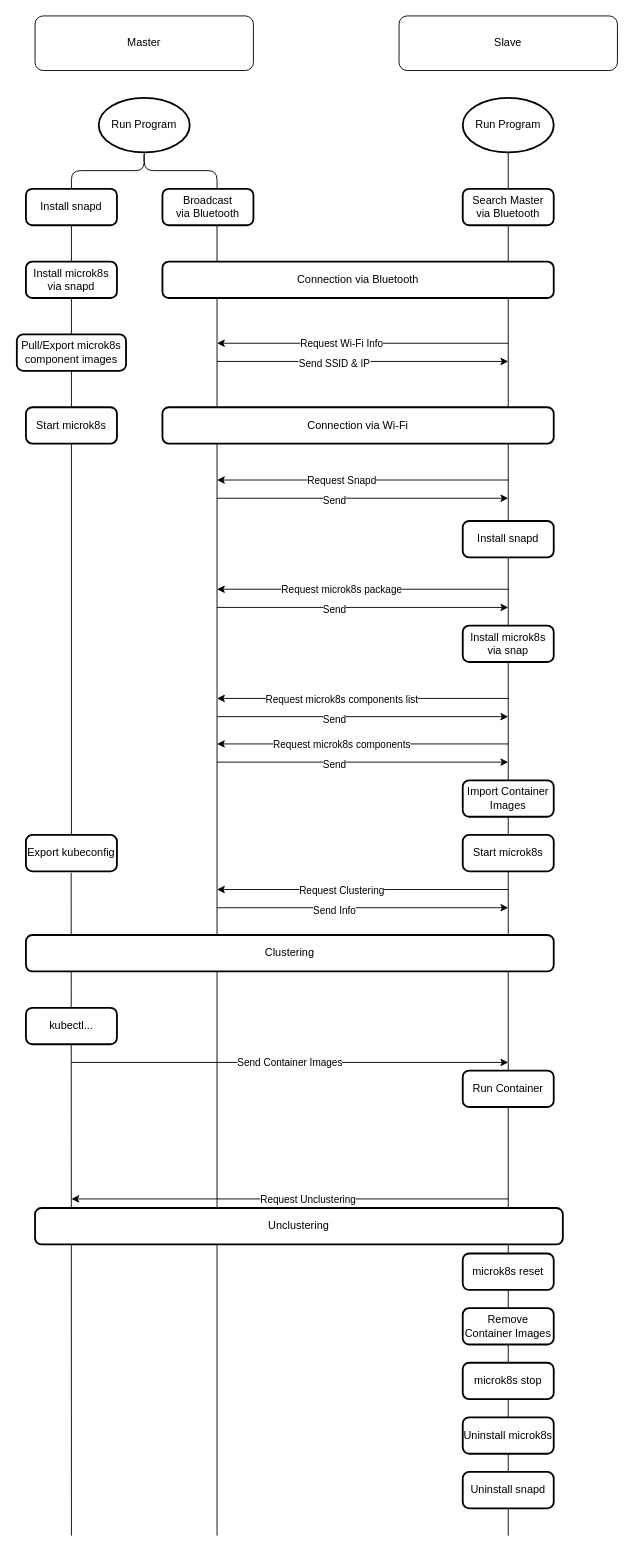
Above: flowchart/flowchart.drawio in Keita0805carp/cacis (draw.io), before the change. Source tidied: cells renumbered, new cells numbered last; positions are measured from the earlier drawing's top-left corner, leaving out a move shared by most shapes. Both pictures are drawn from the tidied source at 91%, with x=0, y=0 at pixel (16, 15).
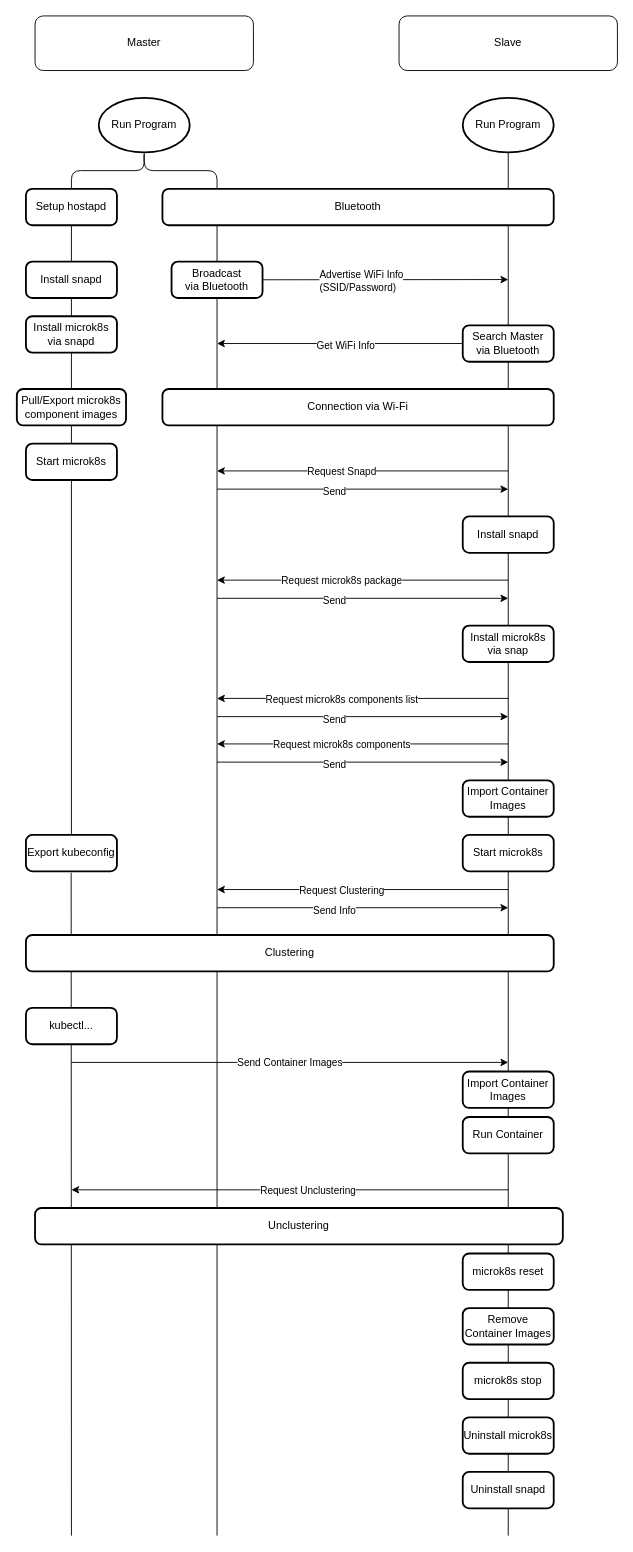
Above is the later version.

Unchanged cells that the change refers to:
```xml
<mxCell id="8" value="Run Program" style="strokeWidth=2;html=1;shape=mxgraph.flowchart.start_1;whiteSpace=wrap;" parent="1" vertex="1">
  <mxGeometry x="490" y="90" width="100" height="60" as="geometry" />
</mxCell>
<mxCell id="54" value="microk8s reset" style="rounded=1;whiteSpace=wrap;html=1;absoluteArcSize=1;arcSize=14;strokeWidth=2;" parent="1" vertex="1">
  <mxGeometry x="490" y="1360" width="100" height="40" as="geometry" />
</mxCell>
```

Diff of the diagram source:
```diff
@@
-<mxGraphModel>
+<mxGraphModel background="#FFFFFF">
@@
+    <mxCell id="60" style="endArrow=none;html=1;entryX=0.5;entryY=1;entryDx=0;entryDy=0;entryPerimeter=0;startArrow=none;" parent="1" edge="1" source="54" target="10">
+      <mxGeometry relative="1" as="geometry" />
+    </mxCell>
+    <mxCell id="45" style="endArrow=classic;html=1;" parent="1" edge="1">
+      <mxGeometry relative="1" as="geometry">
+        <mxPoint x="220" y="290" as="sourcePoint" />
+        <mxPoint x="540" y="289.7" as="targetPoint" />
+      </mxGeometry>
+    </mxCell>
+    <mxCell id="46" value="Advertise WiFi Info&lt;br&gt;(SSID/Password)" style="edgeLabel;html=1;align=left;verticalAlign=middle;" parent="45" vertex="1">
+      <mxGeometry x="-0.2" y="-2" relative="1" as="geometry">
+        <mxPoint x="-17" as="offset" />
+      </mxGeometry>
+    </mxCell>
@@
-    <mxCell id="3" style="endArrow=none;html=1;entryX=0.5;entryY=1;entryDx=0;entryDy=0;entryPerimeter=0;startArrow=none;" parent="1" edge="1" source="54" target="8">
+    <mxCell id="3" style="endArrow=none;html=1;entryX=0.5;entryY=1;entryDx=0;entryDy=0;entryPerimeter=0;startArrow=none;" parent="1" edge="1" source="10" target="8">
       <mxGeometry relative="1" as="geometry" />
     </mxCell>
@@
     <mxCell id="9" value="&lt;div&gt;Broadcast&lt;/div&gt;&lt;div&gt;via Bluetooth&lt;br&gt;&lt;/div&gt;" style="rounded=1;whiteSpace=wrap;html=1;absoluteArcSize=1;arcSize=14;strokeWidth=2;" parent="1" vertex="1">
-      <mxGeometry x="160" y="190" width="100" height="40" as="geometry" />
+      <mxGeometry x="170" y="270" width="100" height="40" as="geometry" />
     </mxCell>
-    <mxCell id="10" value="&lt;div&gt;Search Master&lt;br&gt;&lt;/div&gt;&lt;div&gt;via Bluetooth&lt;br&gt;&lt;/div&gt;" style="rounded=1;whiteSpace=wrap;html=1;absoluteArcSize=1;arcSize=14;strokeWidth=2;" parent="1" vertex="1">
-      <mxGeometry x="490" y="190" width="100" height="40" as="geometry" />
-    </mxCell>
+    <mxCell id="61" style="edgeStyle=orthogonalEdgeStyle;rounded=0;orthogonalLoop=1;jettySize=auto;html=1;" parent="1" edge="1">
+      <mxGeometry relative="1" as="geometry">
+        <mxPoint x="540" y="360" as="sourcePoint" />
+        <mxPoint x="220" y="360" as="targetPoint" />
+      </mxGeometry>
+    </mxCell>
+    <mxCell id="62" value="Get WiFi Info" style="edgeLabel;html=1;align=right;verticalAlign=middle;" parent="61" vertex="1">
+      <mxGeometry x="-0.09" y="1" relative="1" as="geometry" />
+    </mxCell>
-    <mxCell id="11" value="Connection via Bluetooth" style="rounded=1;whiteSpace=wrap;html=1;absoluteArcSize=1;arcSize=14;strokeWidth=2;" parent="1" vertex="1">
-      <mxGeometry x="160" y="270" width="430" height="40" as="geometry" />
+    <mxCell id="11" value="&lt;div align=&quot;center&quot;&gt;Bluetooth&lt;/div&gt;" style="rounded=1;whiteSpace=wrap;html=1;absoluteArcSize=1;arcSize=14;strokeWidth=2;align=center;" parent="1" vertex="1">
+      <mxGeometry x="160" y="190" width="430" height="40" as="geometry" />
     </mxCell>
     <mxCell id="12" value="&lt;div&gt;Connection via Wi-Fi&lt;br&gt;&lt;/div&gt;" style="rounded=1;whiteSpace=wrap;html=1;absoluteArcSize=1;arcSize=14;strokeWidth=2;" parent="1" vertex="1">
-      <mxGeometry x="160" y="430" width="430" height="40" as="geometry" />
+      <mxGeometry x="160" y="410" width="430" height="40" as="geometry" />
     </mxCell>
     <mxCell id="13" style="endArrow=classic;html=1;" parent="1" edge="1">
       <mxGeometry relative="1" as="geometry">
-        <mxPoint x="540" y="510" as="sourcePoint" />
-        <mxPoint x="220" y="510" as="targetPoint" />
+        <mxPoint x="540" y="500" as="sourcePoint" />
+        <mxPoint x="220" y="500" as="targetPoint" />
       </mxGeometry>
     </mxCell>
@@
     <mxCell id="15" style="endArrow=classic;html=1;" parent="1" edge="1">
       <mxGeometry relative="1" as="geometry">
-        <mxPoint x="220" y="530" as="sourcePoint" />
-        <mxPoint x="540" y="530" as="targetPoint" />
+        <mxPoint x="220" y="520" as="sourcePoint" />
+        <mxPoint x="540" y="520" as="targetPoint" />
       </mxGeometry>
     </mxCell>
@@
     <mxCell id="17" value="Install snapd" style="rounded=1;whiteSpace=wrap;html=1;absoluteArcSize=1;arcSize=14;strokeWidth=2;" parent="1" vertex="1">
-      <mxGeometry x="490" y="555" width="100" height="40" as="geometry" />
+      <mxGeometry x="490" y="550" width="100" height="40" as="geometry" />
     </mxCell>
     <mxCell id="18" style="endArrow=classic;html=1;" parent="1" edge="1">
       <mxGeometry relative="1" as="geometry">
-        <mxPoint x="540" y="630" as="sourcePoint" />
-        <mxPoint x="220" y="630" as="targetPoint" />
+        <mxPoint x="540" y="620" as="sourcePoint" />
+        <mxPoint x="220" y="620" as="targetPoint" />
       </mxGeometry>
     </mxCell>
@@
     <mxCell id="20" style="endArrow=classic;html=1;" parent="1" edge="1">
       <mxGeometry relative="1" as="geometry">
-        <mxPoint x="220" y="650" as="sourcePoint" />
-        <mxPoint x="540" y="650" as="targetPoint" />
+        <mxPoint x="220" y="640" as="sourcePoint" />
+        <mxPoint x="540" y="640" as="targetPoint" />
       </mxGeometry>
     </mxCell>
@@
     <mxCell id="33" value="Install snapd" style="rounded=1;whiteSpace=wrap;html=1;absoluteArcSize=1;arcSize=14;strokeWidth=2;" parent="1" vertex="1">
-      <mxGeometry x="10" y="190" width="100" height="40" as="geometry" />
+      <mxGeometry x="10" y="270" width="100" height="40" as="geometry" />
     </mxCell>
     <mxCell id="34" value="&lt;div&gt;Install microk8s&lt;/div&gt;&lt;div&gt;via snapd&lt;br&gt;&lt;/div&gt;" style="rounded=1;whiteSpace=wrap;html=1;absoluteArcSize=1;arcSize=14;strokeWidth=2;" parent="1" vertex="1">
-      <mxGeometry x="10" y="270" width="100" height="40" as="geometry" />
+      <mxGeometry x="10" y="330" width="100" height="40" as="geometry" />
     </mxCell>
     <mxCell id="35" value="Pull/Export microk8s component images" style="rounded=1;whiteSpace=wrap;html=1;absoluteArcSize=1;arcSize=14;strokeWidth=2;" parent="1" vertex="1">
-      <mxGeometry y="350" width="120" height="40" as="geometry" />
+      <mxGeometry y="410" width="120" height="40" as="geometry" />
     </mxCell>
     <mxCell id="36" value="Start microk8s" style="rounded=1;whiteSpace=wrap;html=1;absoluteArcSize=1;arcSize=14;strokeWidth=2;" parent="1" vertex="1">
-      <mxGeometry x="10" y="430" width="100" height="40" as="geometry" />
+      <mxGeometry x="10" y="470" width="100" height="40" as="geometry" />
     </mxCell>
@@
-    <mxCell id="43" style="endArrow=classic;html=1;" parent="1" edge="1">
-      <mxGeometry relative="1" as="geometry">
-        <mxPoint x="540" y="359.7" as="sourcePoint" />
-        <mxPoint x="220" y="359.7" as="targetPoint" />
-      </mxGeometry>
-    </mxCell>
-    <mxCell id="44" value="&lt;div&gt;Request Wi-Fi Info&lt;br&gt;&lt;/div&gt;" style="edgeLabel;html=1;align=center;verticalAlign=middle;" parent="43" vertex="1">
-      <mxGeometry x="0.15" relative="1" as="geometry" />
-    </mxCell>
-    <mxCell id="45" style="endArrow=classic;html=1;" parent="1" edge="1">
-      <mxGeometry relative="1" as="geometry">
-        <mxPoint x="220" y="379.7" as="sourcePoint" />
-        <mxPoint x="540" y="379.7" as="targetPoint" />
-      </mxGeometry>
-    </mxCell>
-    <mxCell id="46" value="Send SSID &amp;amp; IP" style="edgeLabel;html=1;align=center;verticalAlign=middle;" parent="45" vertex="1">
-      <mxGeometry x="-0.2" y="-2" relative="1" as="geometry" />
-    </mxCell>
@@
     <mxCell id="49" value="Run Container" style="rounded=1;whiteSpace=wrap;html=1;absoluteArcSize=1;arcSize=14;strokeWidth=2;" parent="1" vertex="1">
-      <mxGeometry x="490" y="1159" width="100" height="40" as="geometry" />
+      <mxGeometry x="490" y="1210" width="100" height="40" as="geometry" />
     </mxCell>
@@
     <mxCell id="52" style="endArrow=classic;html=1;" parent="1" edge="1">
       <mxGeometry relative="1" as="geometry">
-        <mxPoint x="540" y="1300" as="sourcePoint" />
-        <mxPoint x="60" y="1300" as="targetPoint" />
+        <mxPoint x="540" y="1290" as="sourcePoint" />
+        <mxPoint x="60" y="1290" as="targetPoint" />
       </mxGeometry>
     </mxCell>
@@
+    <mxCell id="63" value="&lt;div&gt;Import Container&lt;/div&gt;&lt;div&gt;Images&lt;br&gt;&lt;/div&gt;" style="rounded=1;whiteSpace=wrap;html=1;absoluteArcSize=1;arcSize=14;strokeWidth=2;" parent="1" vertex="1">
+      <mxGeometry x="490" y="1160" width="100" height="40" as="geometry" />
+    </mxCell>
+    <mxCell id="64" value="Setup hostapd" style="rounded=1;whiteSpace=wrap;html=1;absoluteArcSize=1;arcSize=14;strokeWidth=2;" parent="1" vertex="1">
+      <mxGeometry x="10" y="190" width="100" height="40" as="geometry" />
+    </mxCell>
+    <mxCell id="10" value="&lt;div&gt;Search Master&lt;br&gt;&lt;/div&gt;&lt;div&gt;via Bluetooth&lt;br&gt;&lt;/div&gt;" style="rounded=1;whiteSpace=wrap;html=1;absoluteArcSize=1;arcSize=14;strokeWidth=2;" parent="1" vertex="1">
+      <mxGeometry x="490" y="340" width="100" height="40" as="geometry" />
+    </mxCell>
```
